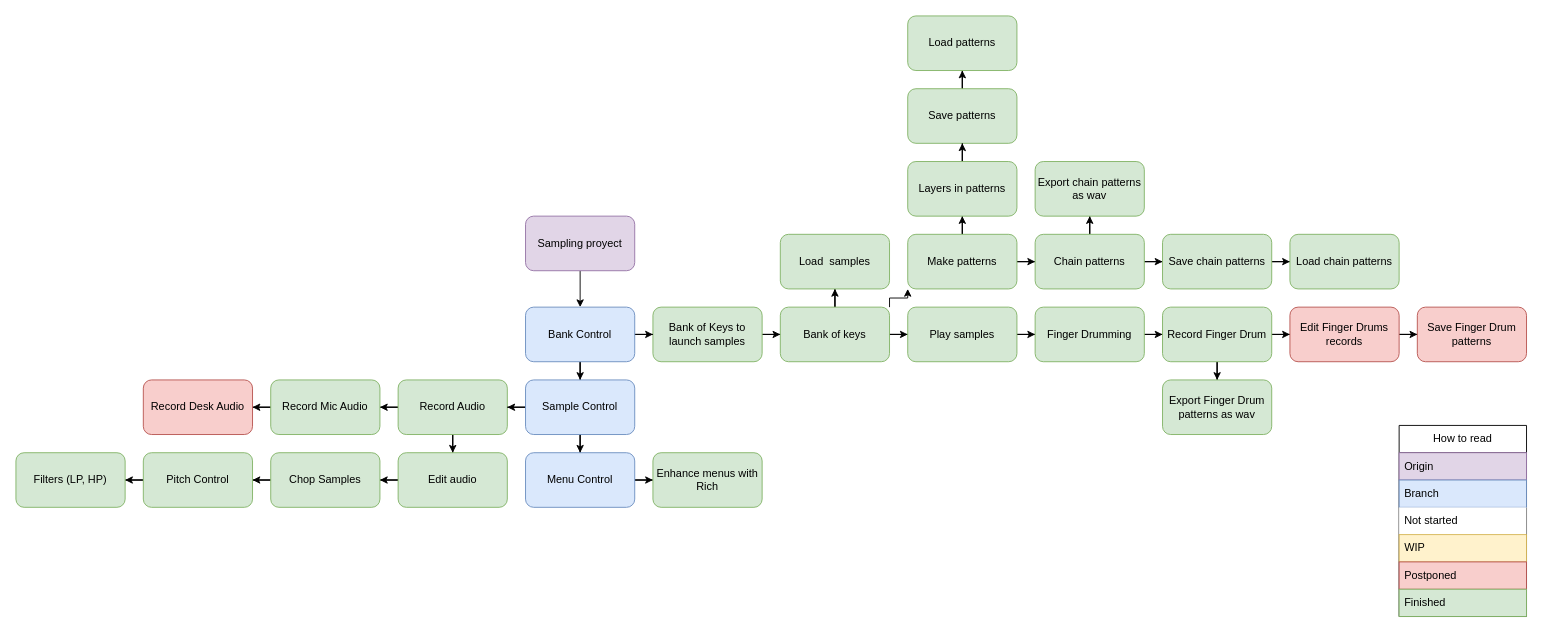
This is Status Diagram/Sampling proyect diagram.drawio from elcalak/Sampling, a draw.io file, before an edit. Source tidied: cells renumbered, new cells numbered last; positions are measured from the earlier drawing's top-left corner, leaving out a move shared by most shapes. Both pictures are drawn from the tidied source at 91%, with x=0, y=0 at pixel (15, 15).
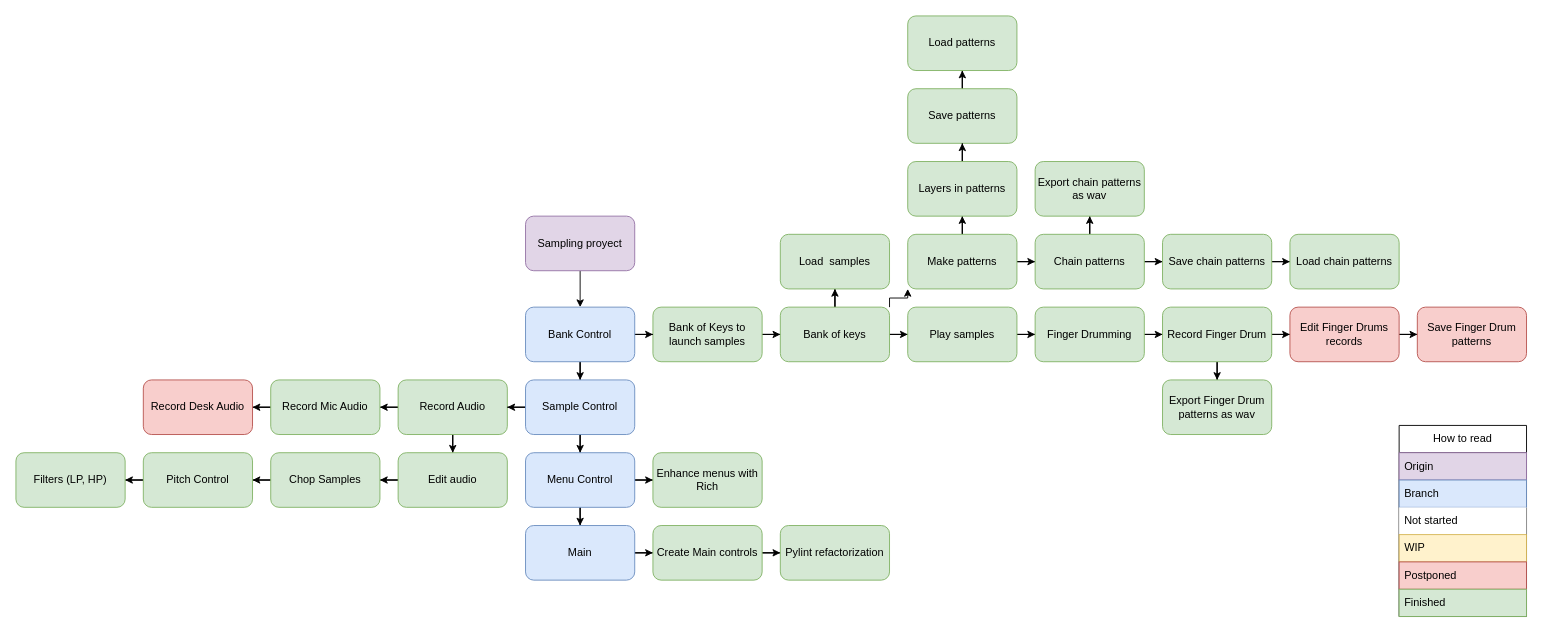
The same diagram, later.

The change refers to these unchanged cells:
```xml
<mxCell id="64" value="Menu Control" style="whiteSpace=wrap;html=1;fillColor=#dae8fc;strokeColor=#6c8ebf;rounded=1;" parent="1" vertex="1">
  <mxGeometry x="560" y="480" width="120" height="60" as="geometry" />
</mxCell>
```

Change to the diagram source:
```diff
@@
+    <mxCell id="66" style="edgeStyle=orthogonalEdgeStyle;rounded=0;jettySize=auto;html=1;" parent="1" edge="1" source="64" target="68">
+      <mxGeometry relative="1" as="geometry" />
+    </mxCell>
@@
+    <mxCell id="67" style="edgeStyle=orthogonalEdgeStyle;rounded=0;jettySize=auto;html=1;" parent="1" edge="1" source="68" target="70">
+      <mxGeometry relative="1" as="geometry" />
+    </mxCell>
+    <mxCell id="68" value="Main" style="whiteSpace=wrap;html=1;fillColor=#dae8fc;strokeColor=#6c8ebf;rounded=1;" parent="1" vertex="1">
+      <mxGeometry x="560" y="560" width="120" height="60" as="geometry" />
+    </mxCell>
+    <mxCell id="69" style="edgeStyle=orthogonalEdgeStyle;rounded=0;jettySize=auto;html=1;" parent="1" edge="1" source="70" target="71">
+      <mxGeometry relative="1" as="geometry" />
+    </mxCell>
+    <mxCell id="70" value="Create Main controls" style="whiteSpace=wrap;html=1;fillColor=#d5e8d4;strokeColor=#82b366;rounded=1;" parent="1" vertex="1">
+      <mxGeometry x="700" y="560" width="120" height="60" as="geometry" />
+    </mxCell>
+    <mxCell id="71" value="Pylint refactorization" style="whiteSpace=wrap;html=1;fillColor=#d5e8d4;strokeColor=#82b366;rounded=1;" parent="1" vertex="1">
+      <mxGeometry x="840" y="560" width="120" height="60" as="geometry" />
+    </mxCell>
```
